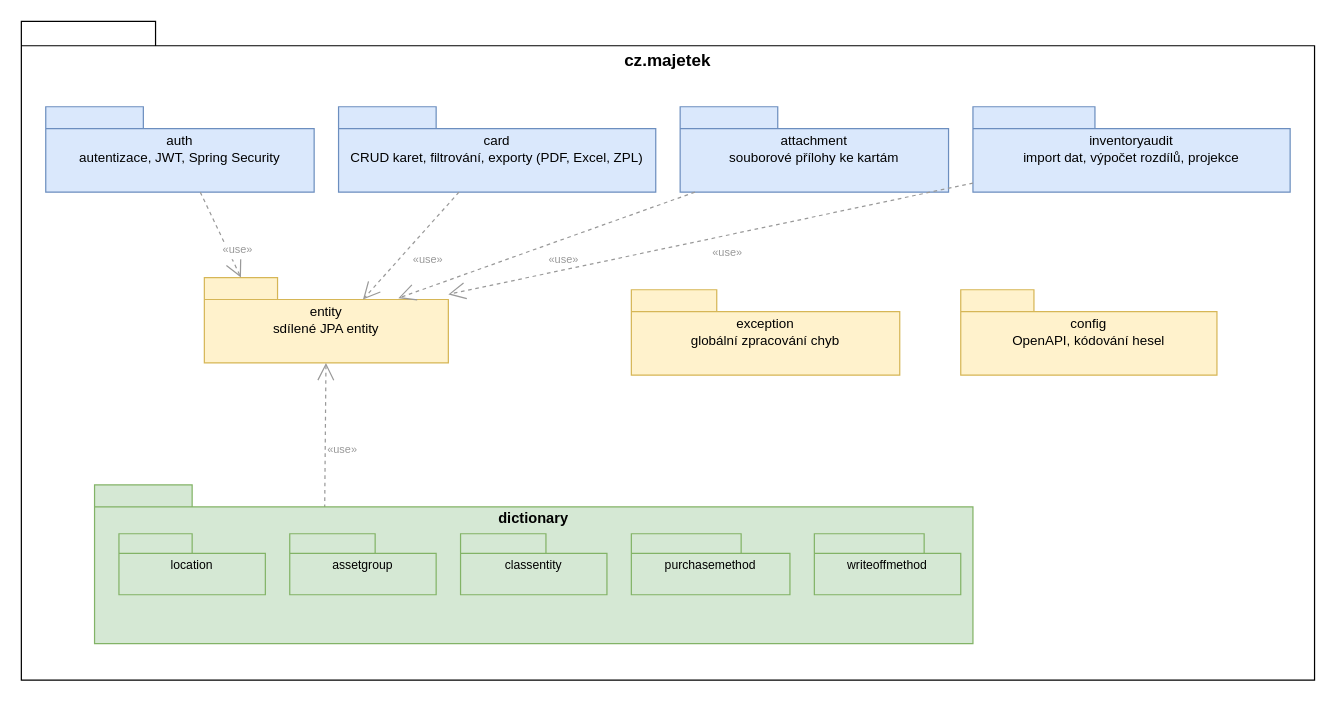
Before: thesis/diagrams/package-backend.drawio in ondrasovka04/majetek, a draw.io diagram. Source tidied: cells renumbered, new cells numbered last; positions are measured from the earlier drawing's top-left corner, leaving out a move shared by most shapes. Both pictures are drawn from the tidied source at 122%, with x=0, y=0 at pixel (21, 21).
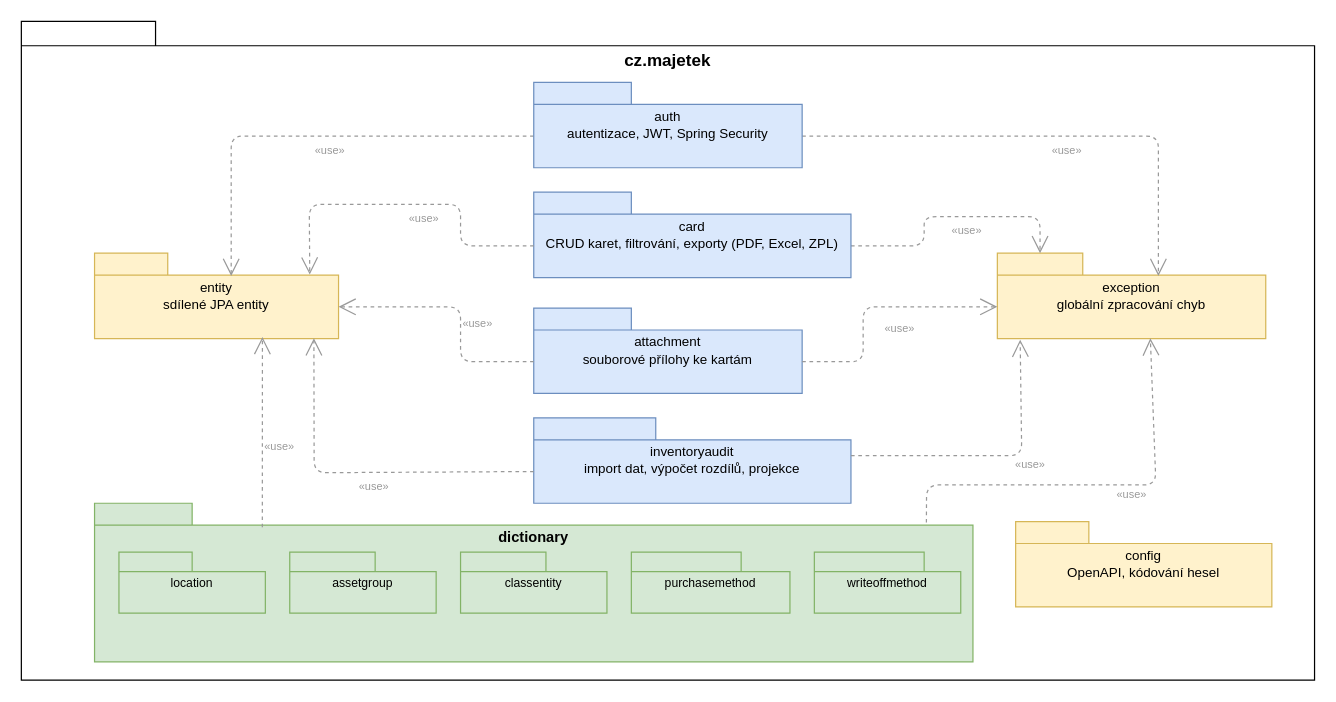
Above is the later version.

Unchanged cells that the change refers to:
```xml
<mxCell id="21" value="&#10;dictionary" style="shape=folder;fontStyle=1;tabWidth=80;tabHeight=18;tabPosition=left;fontSize=12;fillColor=#d5e8d4;strokeColor=#82b366;verticalAlign=top;" parent="20" vertex="1">
  <mxGeometry width="720" height="130" as="geometry" />
</mxCell>
```

Change to the diagram source:
```diff
@@
-    <mxCell id="3" value="auth&#10;autentizace, JWT, Spring Security" style="shape=folder;fontStyle=0;tabWidth=80;tabHeight=18;tabPosition=left;fontSize=11;whiteSpace=wrap;fillColor=#dae8fc;strokeColor=#6c8ebf;" parent="1" vertex="1">
-      <mxGeometry x="20" y="70" width="220" height="70" as="geometry" />
-    </mxCell>
-    <mxCell id="4" value="card&#10;CRUD karet, filtrování, exporty (PDF, Excel, ZPL)" style="shape=folder;fontStyle=0;tabWidth=80;tabHeight=18;tabPosition=left;fontSize=11;whiteSpace=wrap;fillColor=#dae8fc;strokeColor=#6c8ebf;" parent="1" vertex="1">
-      <mxGeometry x="260" y="70" width="260" height="70" as="geometry" />
-    </mxCell>
     <mxCell id="5" value="attachment&#10;souborové přílohy ke kartám" style="shape=folder;fontStyle=0;tabWidth=80;tabHeight=18;tabPosition=left;fontSize=11;whiteSpace=wrap;fillColor=#dae8fc;strokeColor=#6c8ebf;" parent="1" vertex="1">
-      <mxGeometry x="540" y="70" width="220" height="70" as="geometry" />
+      <mxGeometry x="420" y="235" width="220" height="70" as="geometry" />
     </mxCell>
     <mxCell id="6" value="inventoryaudit&#10;import dat, výpočet rozdílů, projekce" style="shape=folder;fontStyle=0;tabWidth=100;tabHeight=18;tabPosition=left;fontSize=11;whiteSpace=wrap;fillColor=#dae8fc;strokeColor=#6c8ebf;" parent="1" vertex="1">
-      <mxGeometry x="780" y="70" width="260" height="70" as="geometry" />
+      <mxGeometry x="420" y="325" width="260" height="70" as="geometry" />
     </mxCell>
     <mxCell id="7" value="entity&#10;sdílené JPA entity" style="shape=folder;fontStyle=0;tabWidth=60;tabHeight=18;tabPosition=left;fontSize=11;whiteSpace=wrap;fillColor=#fff2cc;strokeColor=#d6b656;" parent="1" vertex="1">
-      <mxGeometry x="150" y="210" width="200" height="70" as="geometry" />
+      <mxGeometry x="60" y="190" width="200" height="70" as="geometry" />
     </mxCell>
     <mxCell id="8" value="exception&#10;globální zpracování chyb" style="shape=folder;fontStyle=0;tabWidth=70;tabHeight=18;tabPosition=left;fontSize=11;whiteSpace=wrap;fillColor=#fff2cc;strokeColor=#d6b656;" parent="1" vertex="1">
-      <mxGeometry x="500" y="220" width="220" height="70" as="geometry" />
+      <mxGeometry x="800" y="190" width="220" height="70" as="geometry" />
     </mxCell>
     <mxCell id="9" value="config&#10;OpenAPI, kódování hesel" style="shape=folder;fontStyle=0;tabWidth=60;tabHeight=18;tabPosition=left;fontSize=11;whiteSpace=wrap;fillColor=#fff2cc;strokeColor=#d6b656;" parent="1" vertex="1">
-      <mxGeometry x="770" y="220" width="210" height="70" as="geometry" />
+      <mxGeometry x="815" y="410" width="210" height="70" as="geometry" />
     </mxCell>
-    <mxCell id="10" style="endArrow=open;endSize=12;dashed=1;strokeColor=#999999;entryX=0;entryY=0;entryDx=30;entryDy=0;entryPerimeter=0;" parent="1" edge="1" source="3" target="7">
-      <mxGeometry relative="1" as="geometry" />
+    <mxCell id="10" style="endArrow=open;endSize=12;dashed=1;strokeColor=#999999;exitX=0;exitY=0;exitDx=0;exitDy=44;exitPerimeter=0;entryX=0.56;entryY=0.267;entryDx=0;entryDy=0;entryPerimeter=0;" parent="1" edge="1" source="3" target="7">
+      <mxGeometry relative="1" as="geometry">
+        <Array as="points">
+          <mxPoint x="172" y="94" />
+        </Array>
+      </mxGeometry>
     </mxCell>
@@
-    <mxCell id="12" style="endArrow=open;endSize=12;dashed=1;strokeColor=#999999;entryX=0;entryY=0;entryDx=130;entryDy=18;entryPerimeter=0;" parent="1" edge="1" source="4" target="7">
-      <mxGeometry relative="1" as="geometry" />
-    </mxCell>
-    <mxCell id="13" value="«use»" style="edgeLabel;fontSize=9;fontColor=#999999;" parent="12" vertex="1">
-      <mxGeometry relative="1" as="geometry" />
-    </mxCell>
-    <mxCell id="14" style="endArrow=open;endSize=12;dashed=1;strokeColor=#999999;entryX=0.795;entryY=0.241;entryDx=0;entryDy=0;entryPerimeter=0;" parent="1" edge="1" source="5" target="7">
-      <mxGeometry relative="1" as="geometry" />
+    <mxCell id="14" style="endArrow=open;endSize=12;dashed=1;strokeColor=#999999;entryX=0;entryY=0;entryDx=200;entryDy=44;entryPerimeter=0;exitX=0;exitY=0;exitDx=0;exitDy=44;exitPerimeter=0;" parent="1" edge="1" source="5" target="7">
+      <mxGeometry relative="1" as="geometry">
+        <Array as="points">
+          <mxPoint x="360" y="279" />
+          <mxPoint x="360" y="234" />
+        </Array>
+      </mxGeometry>
     </mxCell>
@@
-    <mxCell id="16" style="endArrow=open;endSize=12;dashed=1;strokeColor=#999999;" parent="1" edge="1" source="6" target="7">
-      <mxGeometry relative="1" as="geometry" />
+    <mxCell id="16" style="endArrow=open;endSize=12;dashed=1;strokeColor=#999999;exitX=0;exitY=0;exitDx=260;exitDy=31;exitPerimeter=0;entryX=0.085;entryY=1.013;entryDx=0;entryDy=0;entryPerimeter=0;" parent="1" edge="1" source="6" target="8">
+      <mxGeometry relative="1" as="geometry">
+        <Array as="points">
+          <mxPoint x="820" y="356" />
+        </Array>
+      </mxGeometry>
     </mxCell>
     <mxCell id="17" value="«use»" style="edgeLabel;fontSize=9;fontColor=#999999;" parent="16" vertex="1">
-      <mxGeometry relative="1" as="geometry" />
+      <mxGeometry relative="1" as="geometry">
+        <mxPoint x="15" y="-4" as="offset" />
+      </mxGeometry>
     </mxCell>
-    <mxCell id="18" style="endArrow=open;endSize=12;dashed=1;strokeColor=#999999;exitX=0.262;exitY=0.147;exitDx=0;exitDy=0;exitPerimeter=0;" parent="1" edge="1" source="21" target="7">
-      <mxGeometry relative="1" as="geometry" />
-    </mxCell>
-    <mxCell id="19" value="«use»" style="edgeLabel;fontSize=9;fontColor=#999999;" parent="18" vertex="1">
-      <mxGeometry relative="1" as="geometry" />
-    </mxCell>
     <mxCell id="20" style="group;" parent="1" vertex="1">
-      <mxGeometry x="60" y="380" width="720" height="130" as="geometry" />
+      <mxGeometry x="60" y="395" width="720" height="130" as="geometry" />
     </mxCell>
@@
+    <mxCell id="27" style="endArrow=open;endSize=12;dashed=1;strokeColor=#999999;entryX=0;entryY=0;entryDx=35;entryDy=0;entryPerimeter=0;exitX=0;exitY=0;exitDx=260;exitDy=44;exitPerimeter=0;" parent="1" edge="1" source="4" target="8">
+      <mxGeometry relative="1" as="geometry">
+        <Array as="points">
+          <mxPoint x="740" y="184" />
+          <mxPoint x="740" y="160" />
+          <mxPoint x="835" y="160" />
+        </Array>
+      </mxGeometry>
+    </mxCell>
+    <mxCell id="28" value="«use»" style="edgeLabel;fontSize=9;fontColor=#999999;" parent="27" vertex="1">
+      <mxGeometry relative="1" as="geometry" />
+    </mxCell>
+    <mxCell id="29" style="endArrow=open;endSize=12;dashed=1;strokeColor=#999999;entryX=0.6;entryY=0.267;entryDx=0;entryDy=0;entryPerimeter=0;exitX=0;exitY=0;exitDx=220;exitDy=44;exitPerimeter=0;" parent="1" edge="1" source="3" target="8">
+      <mxGeometry relative="1" as="geometry">
+        <Array as="points">
+          <mxPoint x="932" y="94" />
+        </Array>
+      </mxGeometry>
+    </mxCell>
+    <mxCell id="30" value="«use»" style="edgeLabel;fontSize=9;fontColor=#999999;" parent="29" vertex="1">
+      <mxGeometry relative="1" as="geometry" />
+    </mxCell>
+    <mxCell id="3" value="auth&#10;autentizace, JWT, Spring Security" style="shape=folder;fontStyle=0;tabWidth=80;tabHeight=18;tabPosition=left;fontSize=11;whiteSpace=wrap;fillColor=#dae8fc;strokeColor=#6c8ebf;" parent="1" vertex="1">
+      <mxGeometry x="420" y="50" width="220" height="70" as="geometry" />
+    </mxCell>
+    <mxCell id="31" style="endArrow=open;endSize=12;dashed=1;strokeColor=#999999;entryX=0;entryY=0;entryDx=0;entryDy=44;entryPerimeter=0;exitX=0;exitY=0;exitDx=220;exitDy=44;exitPerimeter=0;" parent="1" edge="1" source="5" target="8">
+      <mxGeometry relative="1" as="geometry">
+        <Array as="points">
+          <mxPoint x="690" y="279" />
+          <mxPoint x="690" y="234" />
+        </Array>
+      </mxGeometry>
+    </mxCell>
+    <mxCell id="32" value="«use»" style="edgeLabel;fontSize=9;fontColor=#999999;" parent="31" vertex="1">
+      <mxGeometry relative="1" as="geometry">
+        <mxPoint x="8" y="6" as="offset" />
+      </mxGeometry>
+    </mxCell>
+    <mxCell id="18" style="endArrow=open;endSize=12;dashed=1;strokeColor=#999999;exitX=0.191;exitY=0.152;exitDx=0;exitDy=0;exitPerimeter=0;entryX=0.688;entryY=0.981;entryDx=0;entryDy=0;entryPerimeter=0;" parent="1" edge="1" source="21" target="7">
+      <mxGeometry relative="1" as="geometry" />
+    </mxCell>
+    <mxCell id="33" value="«use»" style="edgeLabel;fontSize=9;fontColor=#999999;" parent="18" vertex="1">
+      <mxGeometry relative="1" as="geometry" />
+    </mxCell>
+    <mxCell id="4" value="card&#10;CRUD karet, filtrování, exporty (PDF, Excel, ZPL)" style="shape=folder;fontStyle=0;tabWidth=80;tabHeight=18;tabPosition=left;fontSize=11;whiteSpace=wrap;fillColor=#dae8fc;strokeColor=#6c8ebf;" parent="1" vertex="1">
+      <mxGeometry x="420" y="140" width="260" height="70" as="geometry" />
+    </mxCell>
+    <mxCell id="34" style="endArrow=open;endSize=12;dashed=1;strokeColor=#999999;entryX=0.899;entryY=0.997;entryDx=0;entryDy=0;entryPerimeter=0;exitX=0;exitY=0;exitDx=0;exitDy=44;exitPerimeter=0;" parent="1" edge="1" source="6" target="7">
+      <mxGeometry relative="1" as="geometry">
+        <Array as="points">
+          <mxPoint x="240" y="370" />
+        </Array>
+      </mxGeometry>
+    </mxCell>
+    <mxCell id="35" value="«use»" style="edgeLabel;fontSize=9;fontColor=#999999;" parent="34" vertex="1">
+      <mxGeometry relative="1" as="geometry" />
+    </mxCell>
+    <mxCell id="12" style="endArrow=open;endSize=12;dashed=1;strokeColor=#999999;exitX=0;exitY=0;exitDx=0;exitDy=44;exitPerimeter=0;entryX=0.882;entryY=0.251;entryDx=0;entryDy=0;entryPerimeter=0;" parent="1" edge="1" source="4" target="7">
+      <mxGeometry relative="1" as="geometry">
+        <Array as="points">
+          <mxPoint x="360" y="184" />
+          <mxPoint x="360" y="150" />
+          <mxPoint x="236" y="150" />
+        </Array>
+      </mxGeometry>
+    </mxCell>
+    <mxCell id="36" value="«use»" style="edgeLabel;fontSize=9;fontColor=#999999;" parent="12" vertex="1">
+      <mxGeometry relative="1" as="geometry" />
+    </mxCell>
+    <mxCell id="37" style="endArrow=open;endSize=12;dashed=1;strokeColor=#999999;exitX=0.947;exitY=0.122;exitDx=0;exitDy=0;exitPerimeter=0;entryX=0.57;entryY=0.997;entryDx=0;entryDy=0;entryPerimeter=0;" parent="1" edge="1" source="21" target="8">
+      <mxGeometry relative="1" as="geometry">
+        <Array as="points">
+          <mxPoint x="742" y="380" />
+          <mxPoint x="930" y="380" />
+        </Array>
+      </mxGeometry>
+    </mxCell>
+    <mxCell id="38" value="«use»" style="edgeLabel;fontSize=9;fontColor=#999999;" parent="37" vertex="1">
+      <mxGeometry relative="1" as="geometry">
+        <mxPoint x="15" y="-4" as="offset" />
+      </mxGeometry>
+    </mxCell>
```
